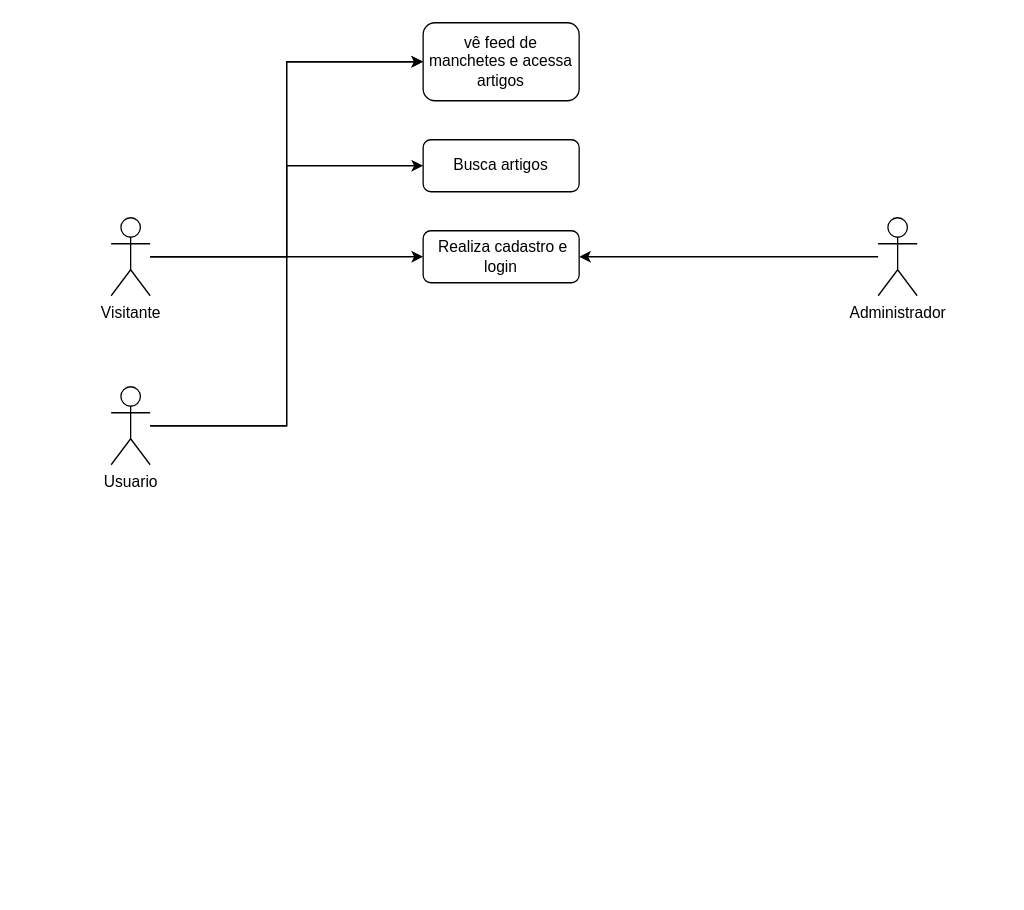
frqnk/DSM.PI.2 keeps this draw.io diagram as diagrama de caso de uso.drawio. Above is the earlier version. Source tidied: cells renumbered, new cells numbered last; positions are measured from the earlier drawing's top-left corner, leaving out a move shared by most shapes. Both pictures are drawn from the tidied source at 130%, with x=0, y=0 at pixel (110, 22).
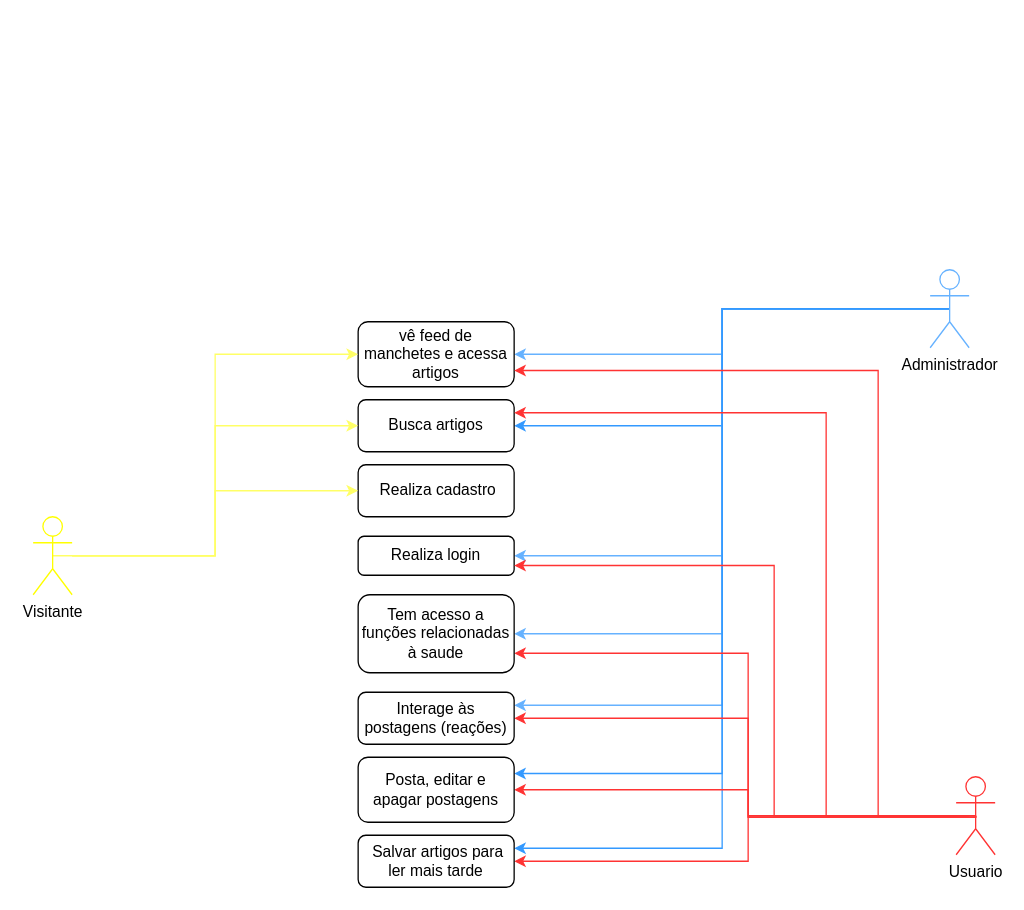
The same page after the edit.

What changed in the source:
```diff
@@
-    <mxCell id="2" style="edgeStyle=orthogonalEdgeStyle;rounded=0;jettySize=auto;html=1;entryX=0;entryY=0.5;entryDx=0;entryDy=0;" parent="1" edge="1" source="4" target="8">
-      <mxGeometry relative="1" as="geometry" />
-    </mxCell>
-    <mxCell id="3" style="edgeStyle=orthogonalEdgeStyle;rounded=0;jettySize=auto;html=1;entryX=0;entryY=0.5;entryDx=0;entryDy=0;" parent="1" edge="1" source="4" target="7">
-      <mxGeometry relative="1" as="geometry" />
-    </mxCell>
-    <mxCell id="4" value="Visitante&lt;br&gt;" style="shape=umlActor;verticalLabelPosition=bottom;verticalAlign=top;html=1;outlineConnect=0;" parent="1" vertex="1">
-      <mxGeometry y="150" width="30" height="60" as="geometry" />
-    </mxCell>
-    <mxCell id="5" style="edgeStyle=orthogonalEdgeStyle;rounded=0;jettySize=auto;html=1;entryX=1;entryY=0.5;entryDx=0;entryDy=0;" parent="1" edge="1" source="6" target="9">
-      <mxGeometry relative="1" as="geometry" />
-    </mxCell>
+    <mxCell id="13" style="edgeStyle=orthogonalEdgeStyle;rounded=0;jettySize=auto;html=1;exitX=0.5;exitY=0.5;exitDx=0;exitDy=0;exitPerimeter=0;entryX=1;entryY=0.5;entryDx=0;entryDy=0;strokeColor=#66B2FF;" parent="1" edge="1" source="6" target="21">
+      <mxGeometry relative="1" as="geometry">
+        <Array as="points">
+          <mxPoint x="470" y="220" />
+          <mxPoint x="470" y="410" />
+        </Array>
+      </mxGeometry>
+    </mxCell>
+    <mxCell id="14" style="edgeStyle=orthogonalEdgeStyle;rounded=0;jettySize=auto;html=1;exitX=0.5;exitY=0.5;exitDx=0;exitDy=0;exitPerimeter=0;entryX=1;entryY=0.5;entryDx=0;entryDy=0;strokeColor=#66B2FF;" parent="1" edge="1" source="6" target="7">
+      <mxGeometry relative="1" as="geometry" />
+    </mxCell>
+    <mxCell id="15" style="edgeStyle=orthogonalEdgeStyle;rounded=0;jettySize=auto;html=1;exitX=0.5;exitY=0.5;exitDx=0;exitDy=0;exitPerimeter=0;entryX=1;entryY=0.5;entryDx=0;entryDy=0;strokeColor=#3399FF;" parent="1" edge="1" source="6" target="8">
+      <mxGeometry relative="1" as="geometry" />
+    </mxCell>
+    <mxCell id="16" style="edgeStyle=orthogonalEdgeStyle;rounded=0;jettySize=auto;html=1;exitX=0.5;exitY=0.5;exitDx=0;exitDy=0;exitPerimeter=0;entryX=1;entryY=0.5;entryDx=0;entryDy=0;strokeColor=#66B2FF;" parent="1" edge="1" source="6" target="29">
+      <mxGeometry relative="1" as="geometry" />
+    </mxCell>
+    <mxCell id="17" style="edgeStyle=orthogonalEdgeStyle;rounded=0;jettySize=auto;html=1;exitX=0.5;exitY=0.5;exitDx=0;exitDy=0;exitPerimeter=0;entryX=1;entryY=0.25;entryDx=0;entryDy=0;strokeColor=#66B2FF;" parent="1" edge="1" source="6" target="31">
+      <mxGeometry relative="1" as="geometry" />
+    </mxCell>
+    <mxCell id="18" style="edgeStyle=orthogonalEdgeStyle;rounded=0;jettySize=auto;html=1;exitX=0.5;exitY=0.5;exitDx=0;exitDy=0;exitPerimeter=0;entryX=1;entryY=0.25;entryDx=0;entryDy=0;strokeColor=#3399FF;" parent="1" edge="1" source="6" target="33">
+      <mxGeometry relative="1" as="geometry" />
+    </mxCell>
+    <mxCell id="19" style="edgeStyle=orthogonalEdgeStyle;rounded=0;jettySize=auto;html=1;exitX=0.5;exitY=0.5;exitDx=0;exitDy=0;exitPerimeter=0;entryX=1;entryY=0.25;entryDx=0;entryDy=0;strokeColor=#3399FF;" parent="1" edge="1" source="6" target="32">
+      <mxGeometry relative="1" as="geometry" />
+    </mxCell>
-    <mxCell id="6" value="Administrador" style="shape=umlActor;verticalLabelPosition=bottom;verticalAlign=top;html=1;outlineConnect=0;" parent="1" vertex="1">
-      <mxGeometry x="590" y="150" width="30" height="60" as="geometry" />
+    <mxCell id="6" value="Administrador" style="shape=umlActor;verticalLabelPosition=bottom;verticalAlign=top;html=1;outlineConnect=0;strokeColor=#66B2FF;" parent="1" vertex="1">
+      <mxGeometry x="630" y="190" width="30" height="60" as="geometry" />
     </mxCell>
     <mxCell id="7" value="vê feed de manchetes e acessa artigos" style="rounded=1;whiteSpace=wrap;html=1;" parent="1" vertex="1">
-      <mxGeometry x="240" width="120" height="60" as="geometry" />
+      <mxGeometry x="190" y="230" width="120" height="50" as="geometry" />
     </mxCell>
     <mxCell id="8" value="Busca artigos" style="rounded=1;whiteSpace=wrap;html=1;" parent="1" vertex="1">
-      <mxGeometry x="240" y="90" width="120" height="40" as="geometry" />
+      <mxGeometry x="190" y="290" width="120" height="40" as="geometry" />
     </mxCell>
-    <mxCell id="9" value="&amp;nbsp;Realiza cadastro e login" style="rounded=1;whiteSpace=wrap;html=1;" parent="1" vertex="1">
-      <mxGeometry x="240" y="160" width="120" height="40" as="geometry" />
+    <mxCell id="9" value="&amp;nbsp;Realiza cadastro" style="rounded=1;whiteSpace=wrap;html=1;" parent="1" vertex="1">
+      <mxGeometry x="190" y="340" width="120" height="40" as="geometry" />
     </mxCell>
-    <mxCell id="10" style="edgeStyle=orthogonalEdgeStyle;rounded=0;jettySize=auto;html=1;entryX=0;entryY=0.5;entryDx=0;entryDy=0;" parent="1" edge="1" source="12" target="7">
+    <mxCell id="10" style="edgeStyle=orthogonalEdgeStyle;rounded=0;jettySize=auto;html=1;entryX=0;entryY=0.5;entryDx=0;entryDy=0;strokeColor=#FFFF66;" parent="1" edge="1" source="12" target="7">
       <mxGeometry relative="1" as="geometry" />
     </mxCell>
-    <mxCell id="11" style="edgeStyle=orthogonalEdgeStyle;rounded=0;jettySize=auto;html=1;entryX=0;entryY=0.5;entryDx=0;entryDy=0;" parent="1" edge="1" source="12" target="9">
+    <mxCell id="11" style="edgeStyle=orthogonalEdgeStyle;rounded=0;jettySize=auto;html=1;entryX=0;entryY=0.5;entryDx=0;entryDy=0;strokeColor=#FFFF66;" parent="1" edge="1" source="12" target="9">
       <mxGeometry relative="1" as="geometry" />
     </mxCell>
+    <mxCell id="20" style="edgeStyle=orthogonalEdgeStyle;rounded=0;jettySize=auto;html=1;exitX=0.5;exitY=0.5;exitDx=0;exitDy=0;exitPerimeter=0;entryX=0;entryY=0.5;entryDx=0;entryDy=0;strokeColor=#FFFF66;" parent="1" edge="1" source="12" target="8">
+      <mxGeometry relative="1" as="geometry" />
+    </mxCell>
-    <mxCell id="12" value="Usuario&lt;br&gt;" style="shape=umlActor;verticalLabelPosition=bottom;verticalAlign=top;html=1;outlineConnect=0;" parent="1" vertex="1">
-      <mxGeometry y="280" width="30" height="60" as="geometry" />
+    <mxCell id="12" value="Visitante" style="shape=umlActor;verticalLabelPosition=bottom;verticalAlign=top;html=1;outlineConnect=0;strokeColor=#FFFF00;" parent="1" vertex="1">
+      <mxGeometry x="-60" y="380" width="30" height="60" as="geometry" />
     </mxCell>
+    <mxCell id="21" value="Realiza login" style="rounded=1;whiteSpace=wrap;html=1;" parent="1" vertex="1">
+      <mxGeometry x="190" y="395" width="120" height="30" as="geometry" />
+    </mxCell>
+    <mxCell id="22" style="edgeStyle=orthogonalEdgeStyle;rounded=0;jettySize=auto;html=1;exitX=0.5;exitY=0.5;exitDx=0;exitDy=0;exitPerimeter=0;entryX=1;entryY=0.5;entryDx=0;entryDy=0;strokeColor=#FF3333;" parent="1" edge="1" target="31">
+      <mxGeometry relative="1" as="geometry">
+        <mxPoint x="665" y="610" as="sourcePoint" />
+        <Array as="points">
+          <mxPoint x="665" y="611" />
+          <mxPoint x="490" y="611" />
+          <mxPoint x="490" y="535" />
+        </Array>
+      </mxGeometry>
+    </mxCell>
+    <mxCell id="23" style="edgeStyle=orthogonalEdgeStyle;rounded=0;jettySize=auto;html=1;exitX=0.5;exitY=0.5;exitDx=0;exitDy=0;exitPerimeter=0;entryX=1;entryY=0.5;entryDx=0;entryDy=0;strokeColor=#FF3333;" parent="1" edge="1" target="32">
+      <mxGeometry relative="1" as="geometry">
+        <mxPoint x="665" y="610" as="sourcePoint" />
+        <Array as="points">
+          <mxPoint x="665" y="611" />
+          <mxPoint x="490" y="611" />
+          <mxPoint x="490" y="645" />
+        </Array>
+      </mxGeometry>
+    </mxCell>
+    <mxCell id="24" style="edgeStyle=orthogonalEdgeStyle;rounded=0;jettySize=auto;html=1;entryX=1;entryY=0.75;entryDx=0;entryDy=0;strokeColor=#FF3333;" parent="1" edge="1" target="7">
+      <mxGeometry relative="1" as="geometry">
+        <mxPoint x="660" y="610" as="sourcePoint" />
+        <Array as="points">
+          <mxPoint x="665" y="610" />
+          <mxPoint x="590" y="610" />
+          <mxPoint x="590" y="268" />
+        </Array>
+      </mxGeometry>
+    </mxCell>
+    <mxCell id="25" style="edgeStyle=orthogonalEdgeStyle;rounded=0;jettySize=auto;html=1;entryX=1;entryY=0.25;entryDx=0;entryDy=0;strokeColor=#FF3333;" parent="1" edge="1" target="8">
+      <mxGeometry relative="1" as="geometry">
+        <mxPoint x="660" y="610" as="sourcePoint" />
+        <Array as="points">
+          <mxPoint x="658" y="610" />
+          <mxPoint x="550" y="610" />
+          <mxPoint x="550" y="300" />
+        </Array>
+      </mxGeometry>
+    </mxCell>
+    <mxCell id="26" style="edgeStyle=orthogonalEdgeStyle;rounded=0;jettySize=auto;html=1;entryX=1;entryY=0.75;entryDx=0;entryDy=0;strokeColor=#FF3333;" parent="1" edge="1" target="21">
+      <mxGeometry relative="1" as="geometry">
+        <mxPoint x="658" y="610" as="sourcePoint" />
+        <Array as="points">
+          <mxPoint x="658" y="610" />
+          <mxPoint x="510" y="610" />
+          <mxPoint x="510" y="418" />
+        </Array>
+      </mxGeometry>
+    </mxCell>
+    <mxCell id="27" style="edgeStyle=orthogonalEdgeStyle;rounded=0;jettySize=auto;html=1;entryX=1;entryY=0.75;entryDx=0;entryDy=0;strokeColor=#FF3333;" parent="1" edge="1" target="29">
+      <mxGeometry relative="1" as="geometry">
+        <mxPoint x="650" y="610" as="sourcePoint" />
+        <Array as="points">
+          <mxPoint x="490" y="610" />
+          <mxPoint x="490" y="485" />
+        </Array>
+      </mxGeometry>
+    </mxCell>
+    <mxCell id="28" style="edgeStyle=orthogonalEdgeStyle;rounded=0;jettySize=auto;html=1;exitX=0.5;exitY=0.5;exitDx=0;exitDy=0;exitPerimeter=0;entryX=1;entryY=0.5;entryDx=0;entryDy=0;strokeColor=#FF3333;" parent="1" edge="1" target="33">
+      <mxGeometry relative="1" as="geometry">
+        <mxPoint x="665" y="610" as="sourcePoint" />
+        <Array as="points">
+          <mxPoint x="665" y="611" />
+          <mxPoint x="490" y="611" />
+          <mxPoint x="490" y="590" />
+        </Array>
+      </mxGeometry>
+    </mxCell>
+    <mxCell id="29" value="Tem acesso a funções relacionadas à saude" style="rounded=1;whiteSpace=wrap;html=1;" parent="1" vertex="1">
+      <mxGeometry x="190" y="440" width="120" height="60" as="geometry" />
+    </mxCell>
+    <mxCell id="30" style="edgeStyle=orthogonalEdgeStyle;rounded=0;orthogonalLoop=1;jettySize=auto;html=1;exitX=0.5;exitY=1;exitDx=0;exitDy=0;" parent="1" edge="1">
+      <mxGeometry relative="1" as="geometry">
+        <mxPoint x="250" y="505" as="sourcePoint" />
+        <mxPoint x="250" y="505" as="targetPoint" />
+      </mxGeometry>
+    </mxCell>
+    <mxCell id="31" value="Interage às postagens (reações)" style="rounded=1;whiteSpace=wrap;html=1;" parent="1" vertex="1">
+      <mxGeometry x="190" y="515" width="120" height="40" as="geometry" />
+    </mxCell>
+    <mxCell id="32" value="&amp;nbsp;Salvar artigos para ler mais tarde" style="rounded=1;whiteSpace=wrap;html=1;" parent="1" vertex="1">
+      <mxGeometry x="190" y="625" width="120" height="40" as="geometry" />
+    </mxCell>
+    <mxCell id="33" value="Posta, editar e apagar postagens" style="rounded=1;whiteSpace=wrap;html=1;" parent="1" vertex="1">
+      <mxGeometry x="190" y="565" width="120" height="50" as="geometry" />
+    </mxCell>
+    <mxCell id="34" value="Usuario" style="shape=umlActor;verticalLabelPosition=bottom;verticalAlign=top;html=1;strokeColor=#FF3333;" parent="1" vertex="1">
+      <mxGeometry x="650" y="580" width="30" height="60" as="geometry" />
+    </mxCell>
```
